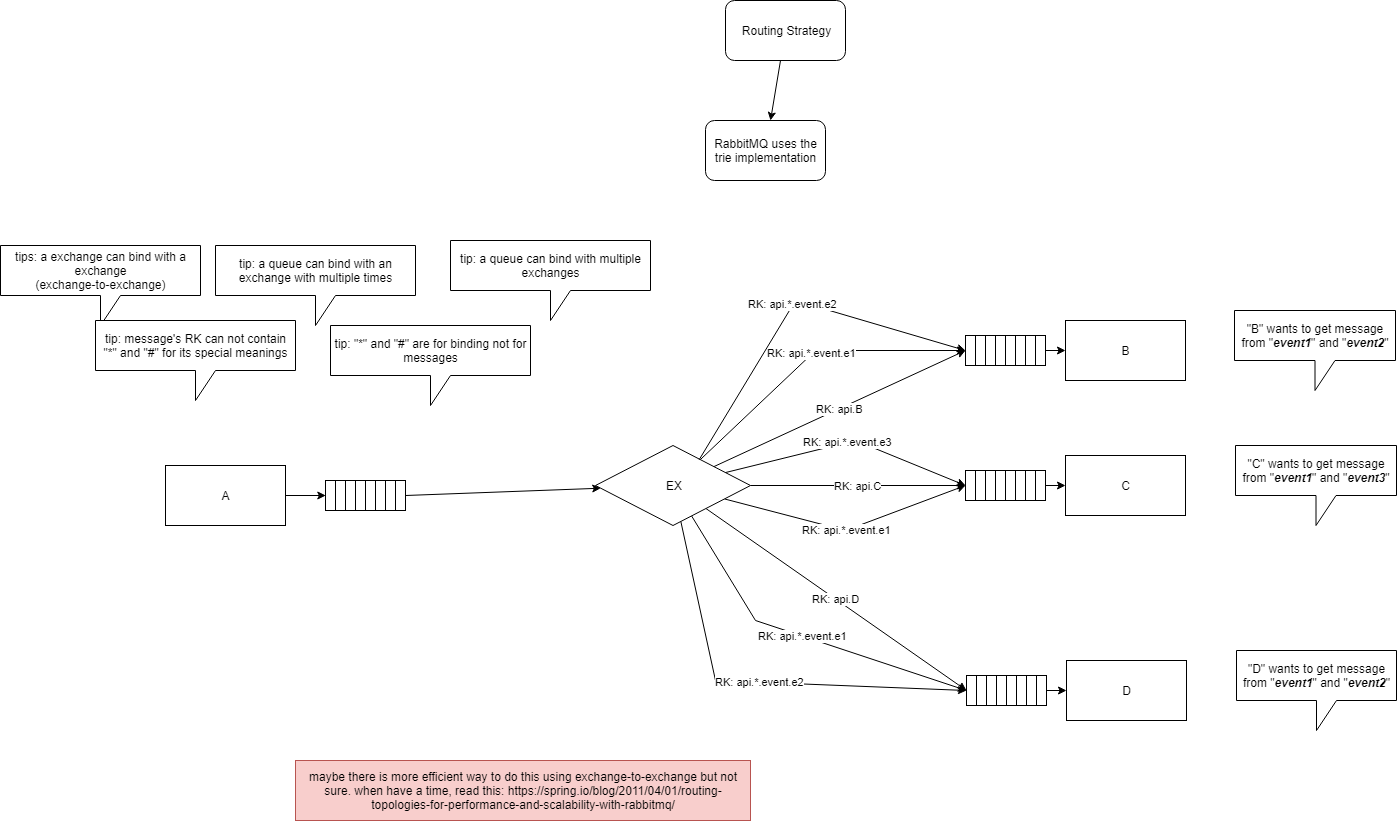
Above: RabbitMQ_Routing_Strategy.PNG in stsiwo/ddd_concept (draw.io), before the change. Source tidied: cells renumbered, new cells last; positions are measured from the earlier drawing's top-left corner, leaving out a move shared by most shapes.
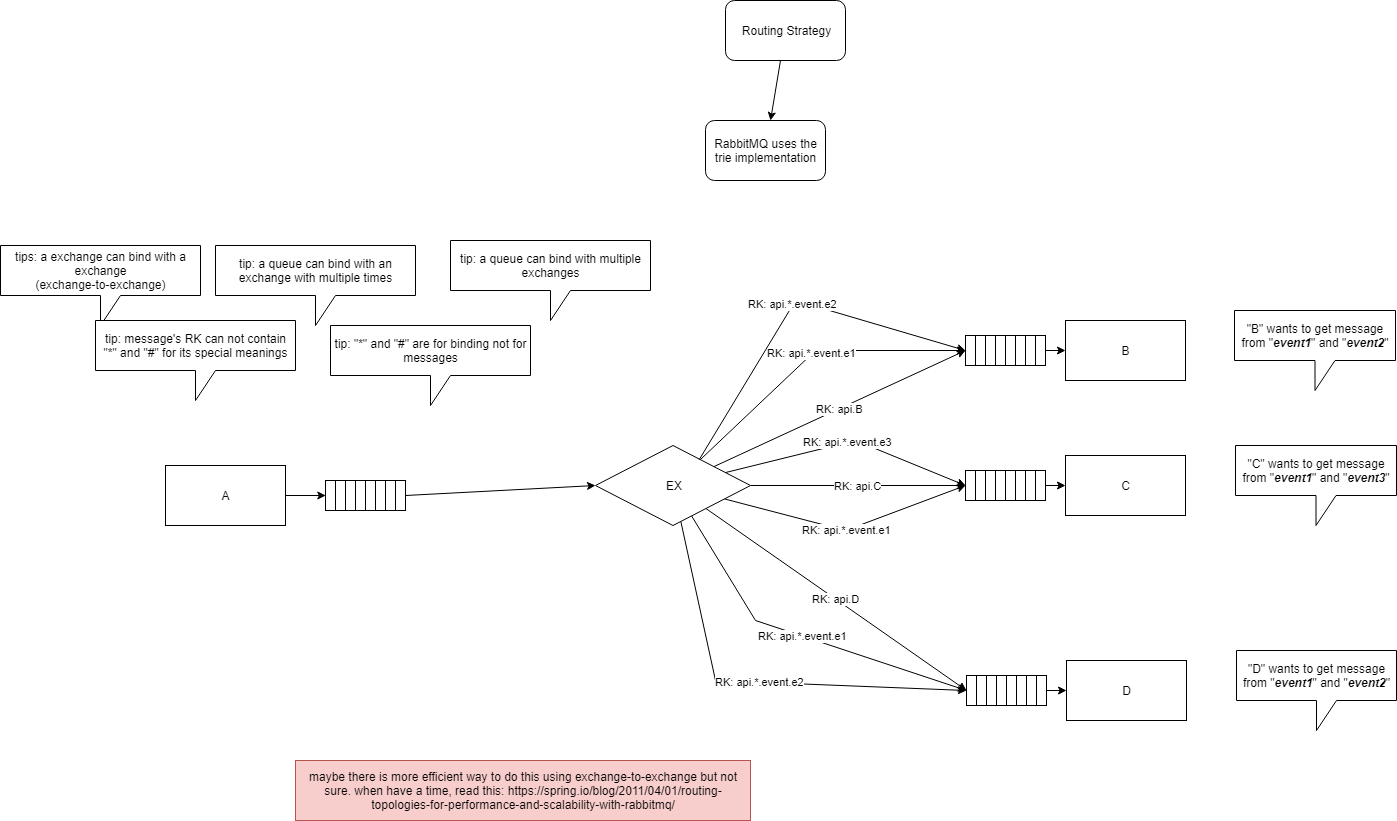
After the change.

Diff of the diagram source:
```diff
@@ -101,7 +101,7 @@
     <mxCell id="27" value="EX" style="rhombus;whiteSpace=wrap;html=1;" parent="1" vertex="1">
       <mxGeometry x="595" y="445" width="155" height="80" as="geometry" />
     </mxCell>
-    <mxCell id="28" style="rounded=0;jettySize=auto;html=1;exitX=1;exitY=0.5;exitDx=0;exitDy=0;" parent="1" edge="1" source="18" target="27">
+    <mxCell id="28" style="rounded=0;jettySize=auto;html=1;exitX=1;exitY=0.5;exitDx=0;exitDy=0;entryX=0;entryY=0.5;entryDx=0;entryDy=0;" parent="1" edge="1" source="18" target="27">
       <mxGeometry relative="1" as="geometry" />
     </mxCell>
     <mxCell id="29" style="group;" parent="1" vertex="1">
```
